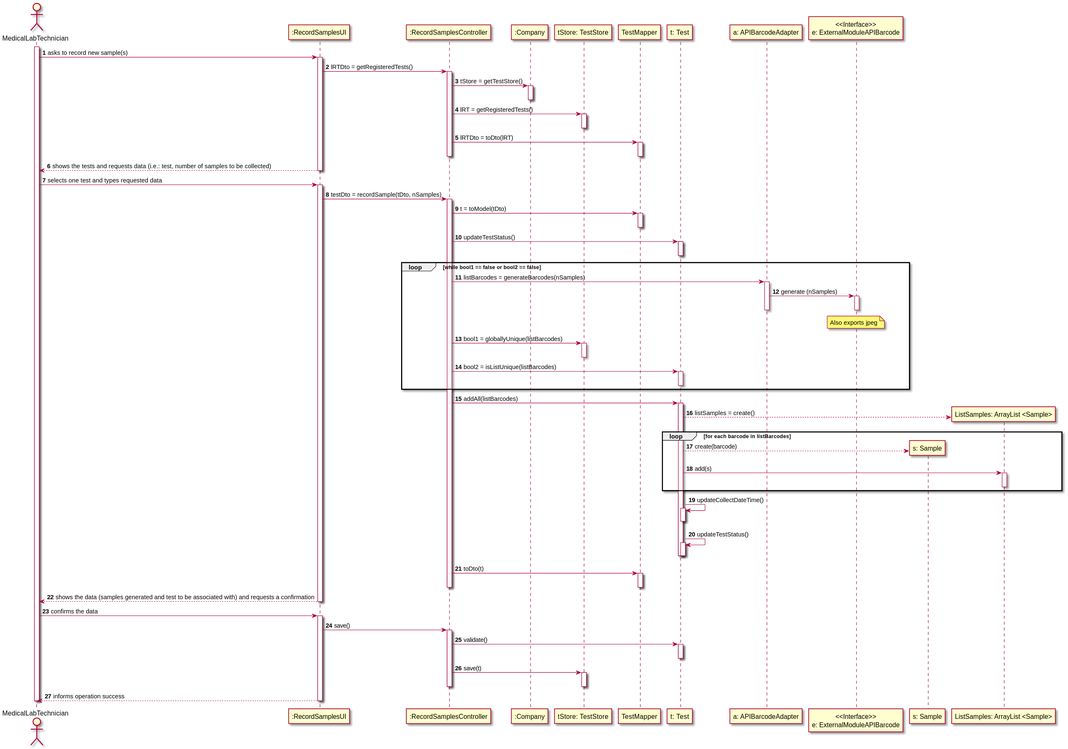
0franciscor/lei-21-s2-1de-g19 keeps this PlantUML diagram as docs/SprintC/US05/US05-SD.svg. Above is the earlier version.
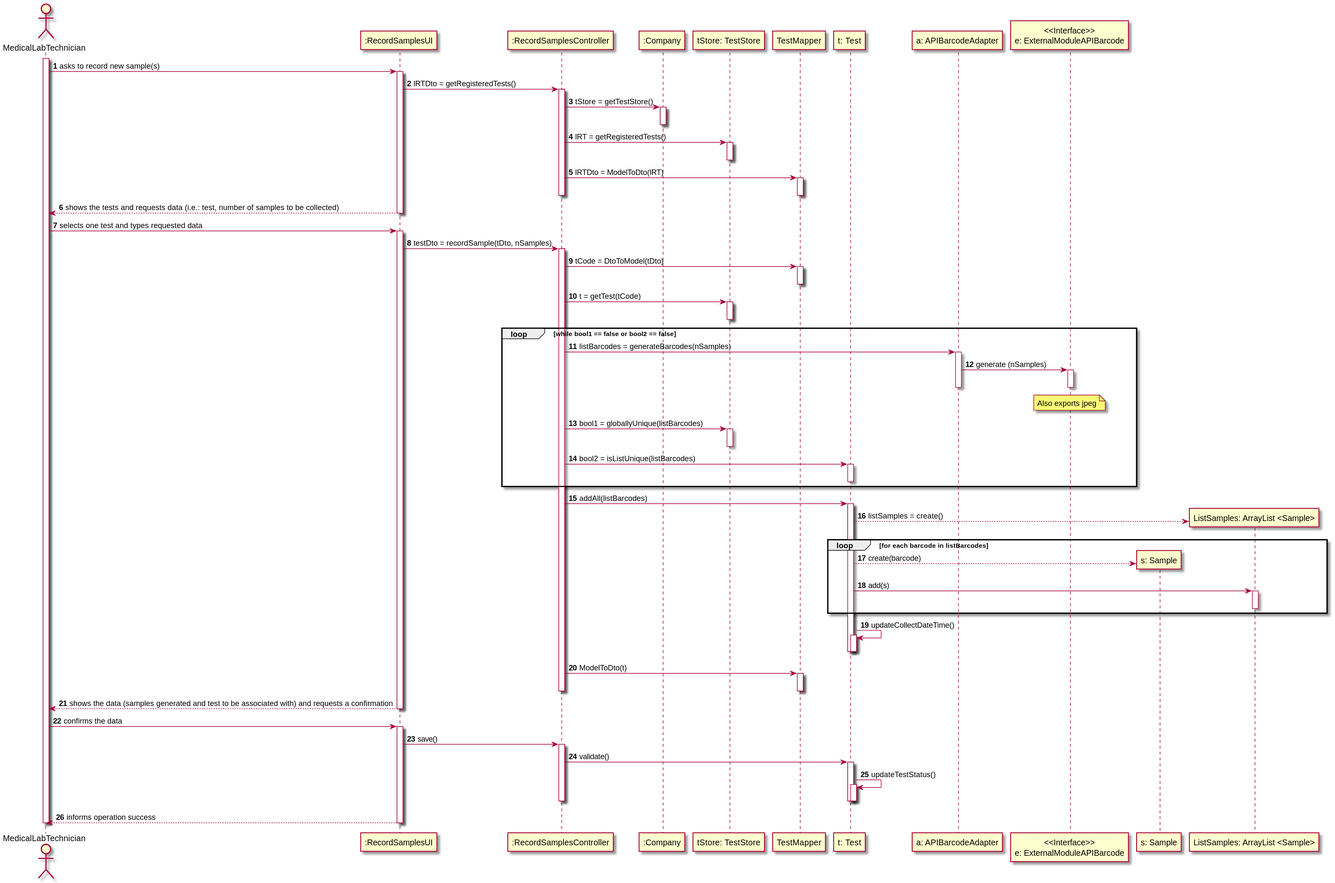
After the change.

The edit, as a diff of the source:
```diff
@@ -25,7 +25,7 @@
 RSC -> TS : lRT = getRegisteredTests()
 activate TS
 deactivate TS
-RSC -> TM : lRTDto = toDto(lRT)
+RSC -> TM : lRTDto = ModelToDto(lRT)
 activate TM
 deactivate TM
 deactivate RSC
@@ -36,12 +36,13 @@
 activate RSUI
 RSUI -> RSC : testDto = recordSample(tDto, nSamples)
 activate RSC
-RSC -> TM : t = toModel(tDto)
+RSC -> TM : tCode = DtoToModel(tDto)
 activate TM
 deactivate TM
-RSC -> T : updateTestStatus()
-activate T
-deactivate T
+RSC -> TS : t = getTest(tCode)
+activate TS
+deactivate TS
+
 loop while bool1 == false or bool2 == false
 RSC -> APIBA : listBarcodes = generateBarcodes(nSamples)
 activate APIBA
@@ -69,11 +70,8 @@
 T -> T : updateCollectDateTime()
 activate T
 deactivate T
-T -> T : updateTestStatus()
-activate T
 deactivate T
-deactivate T
-RSC -> TM : toDto(t)
+RSC -> TM : ModelToDto(t)
 activate TM
 deactivate TM
 deactivate RSC
@@ -86,10 +84,10 @@
 activate RSC
 RSC -> T : validate()
 activate T
+T -> T : updateTestStatus()
+activate T
 deactivate T
-RSC -> TS : save(t)
-activate TS
-deactivate TS
+deactivate T
 deactivate RSC
 RSUI --> MLT : informs operation success
 deactivate RSUI
```
